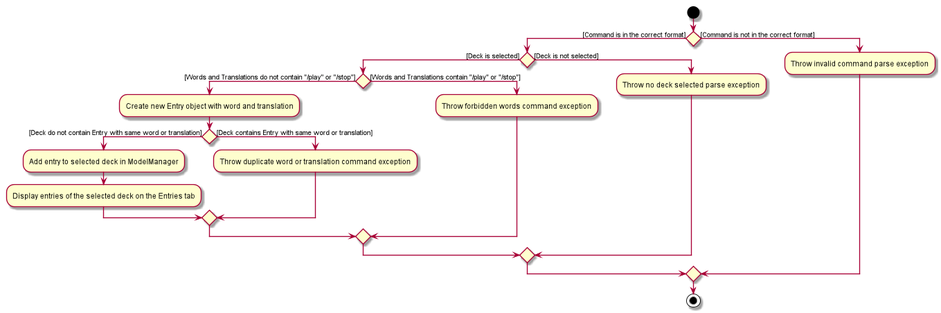
Above: docs/images/AddEntryActivityDiagram.png in vigneshbhuvan-nus/tp (PlantUML), before the change.
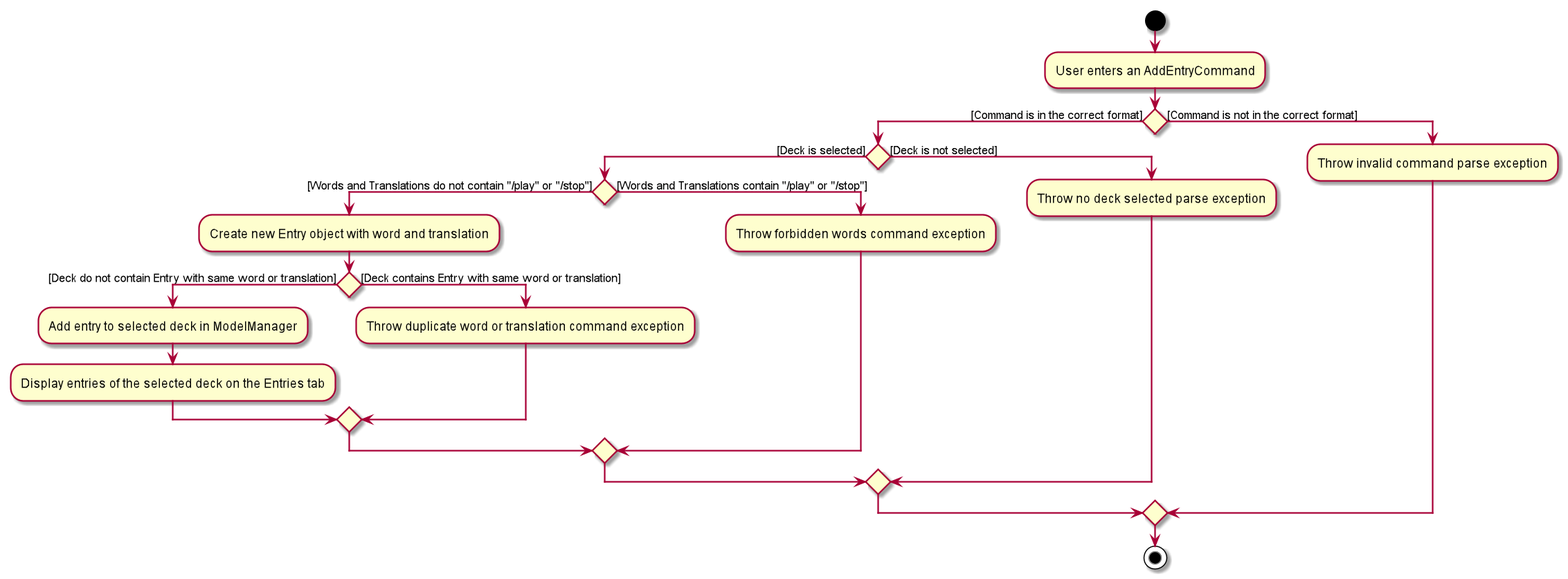
Later version of the same file.

The edit, as a diff of the source:
```diff
@@ -1,5 +1,6 @@
 @startuml
 start
+:User enters an AddEntryCommand;
 if() then([Command is in the correct format])
 if() then ([Deck is selected])
 if() then([Words and Translations do not contain "/play" or "/stop"])
```
